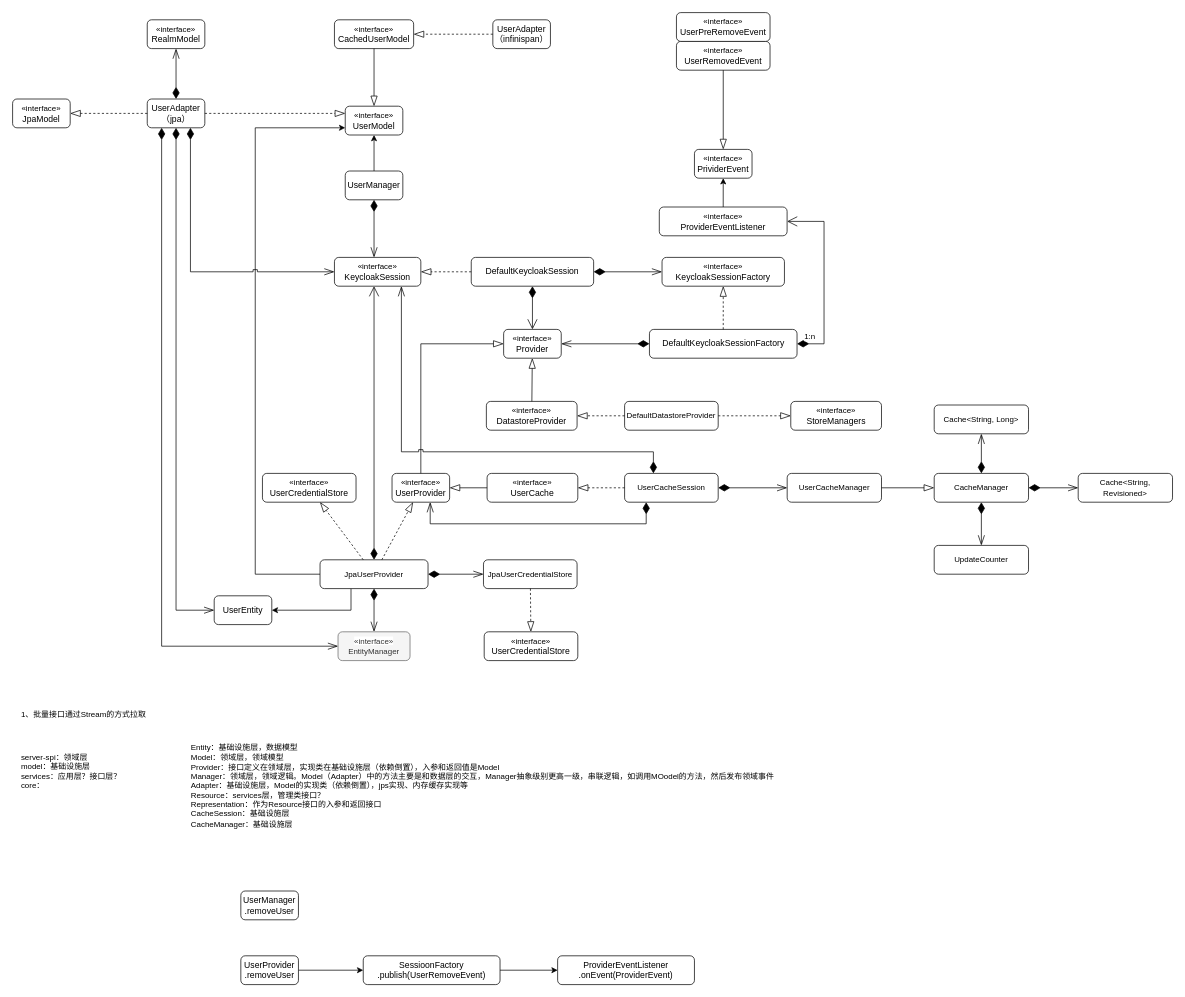
yamilinqh/spicedb keeps this draw.io diagram as kecloak.drawio. Above is the earlier version. Source tidied: cells renumbered, new cells numbered last; positions are measured from the earlier drawing's top-left corner, leaving out a move shared by most shapes. Both pictures are drawn from the tidied source at 72%, with x=0, y=0 at pixel (12, 12).
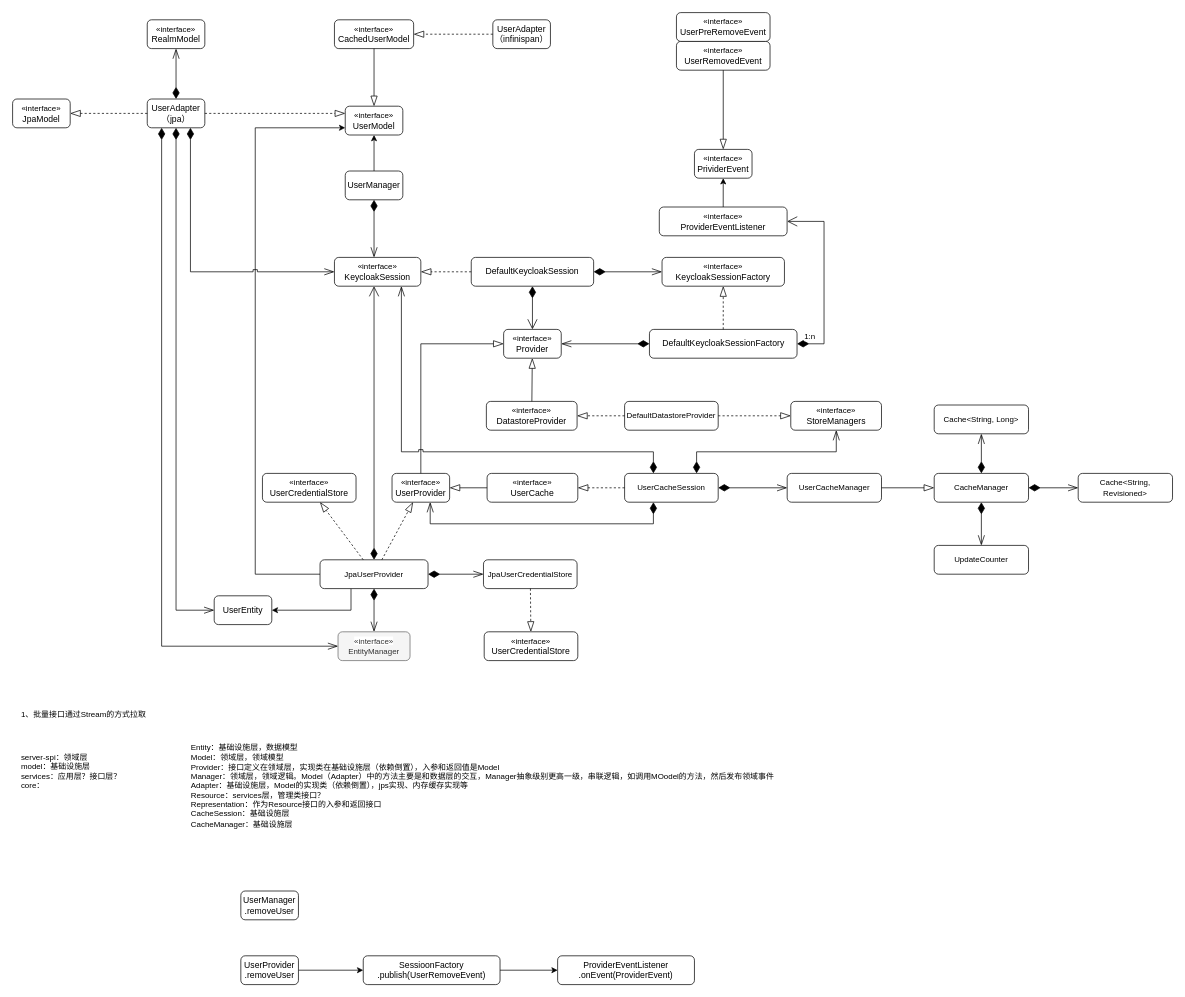
The same page after the edit.

The change refers to these unchanged cells:
```xml
<mxCell id="9" value="&lt;span style=&quot;font-size: 11px; background-color: rgb(255, 255, 255);&quot;&gt;«interface»&lt;/span&gt;&lt;br&gt;UserProvider" style="rounded=1;whiteSpace=wrap;html=1;" parent="1" vertex="1">
  <mxGeometry x="527" y="640" width="80" height="40" as="geometry" />
</mxCell>
<mxCell id="36" value="&lt;span style=&quot;font-size: 11px; background-color: rgb(255, 255, 255);&quot;&gt;«interface»&lt;/span&gt;&lt;br&gt;StoreManagers" style="rounded=1;whiteSpace=wrap;html=1;" parent="1" vertex="1">
  <mxGeometry x="1080.8" y="540" width="126" height="40" as="geometry" />
</mxCell>
<mxCell id="70" value="&lt;span style=&quot;font-size: 11px;&quot;&gt;UserCacheSession&lt;/span&gt;" style="rounded=1;whiteSpace=wrap;html=1;" parent="1" vertex="1">
  <mxGeometry x="850" y="640" width="130" height="40" as="geometry" />
</mxCell>
```

What changed in the source:
```diff
@@
     <mxCell id="82" style="endArrow=openThin;html=1;endSize=12;startArrow=diamondThin;startSize=14;startFill=1;edgeStyle=orthogonalEdgeStyle;align=left;verticalAlign=bottom;rounded=0;strokeColor=default;fontFamily=Helvetica;fontSize=11;fontColor=default;labelBackgroundColor=default;endFill=0;" parent="1" edge="1" source="70" target="9">
       <mxGeometry x="-1" y="3" relative="1" as="geometry">
         <Array as="points">
-          <mxPoint x="880" y="710" />
+          <mxPoint x="890" y="710" />
           <mxPoint x="580" y="710" />
         </Array>
       </mxGeometry>
     </mxCell>
@@
+    <mxCell id="84" style="endArrow=openThin;html=1;endSize=12;startArrow=diamondThin;startSize=14;startFill=1;edgeStyle=orthogonalEdgeStyle;align=left;verticalAlign=bottom;rounded=0;strokeColor=default;fontFamily=Helvetica;fontSize=11;fontColor=default;labelBackgroundColor=default;endFill=0;" parent="1" edge="1" source="70" target="36">
+      <mxGeometry x="-1" y="3" relative="1" as="geometry">
+        <Array as="points">
+          <mxPoint x="950" y="610" />
+          <mxPoint x="1144" y="610" />
+        </Array>
+      </mxGeometry>
+    </mxCell>
```
